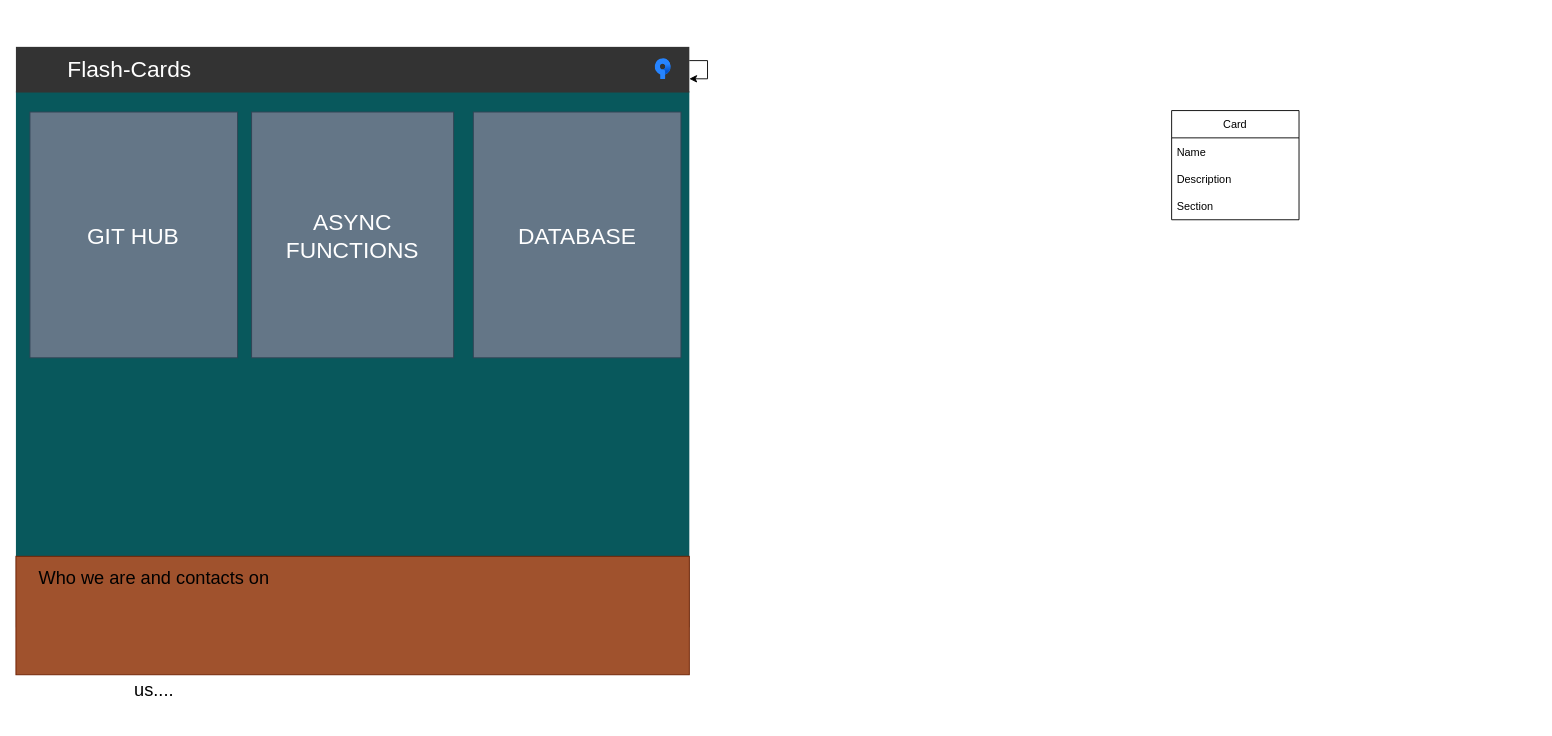
Earlier version of the draw.io diagram flashcards.drawio (herianp/skolni-projekt). Source tidied: cells renumbered, new cells numbered last; positions are measured from the earlier drawing's top-left corner, leaving out a move shared by most shapes. Both pictures are drawn from the tidied source at 91%, with x=0, y=0 at pixel (15, 46).
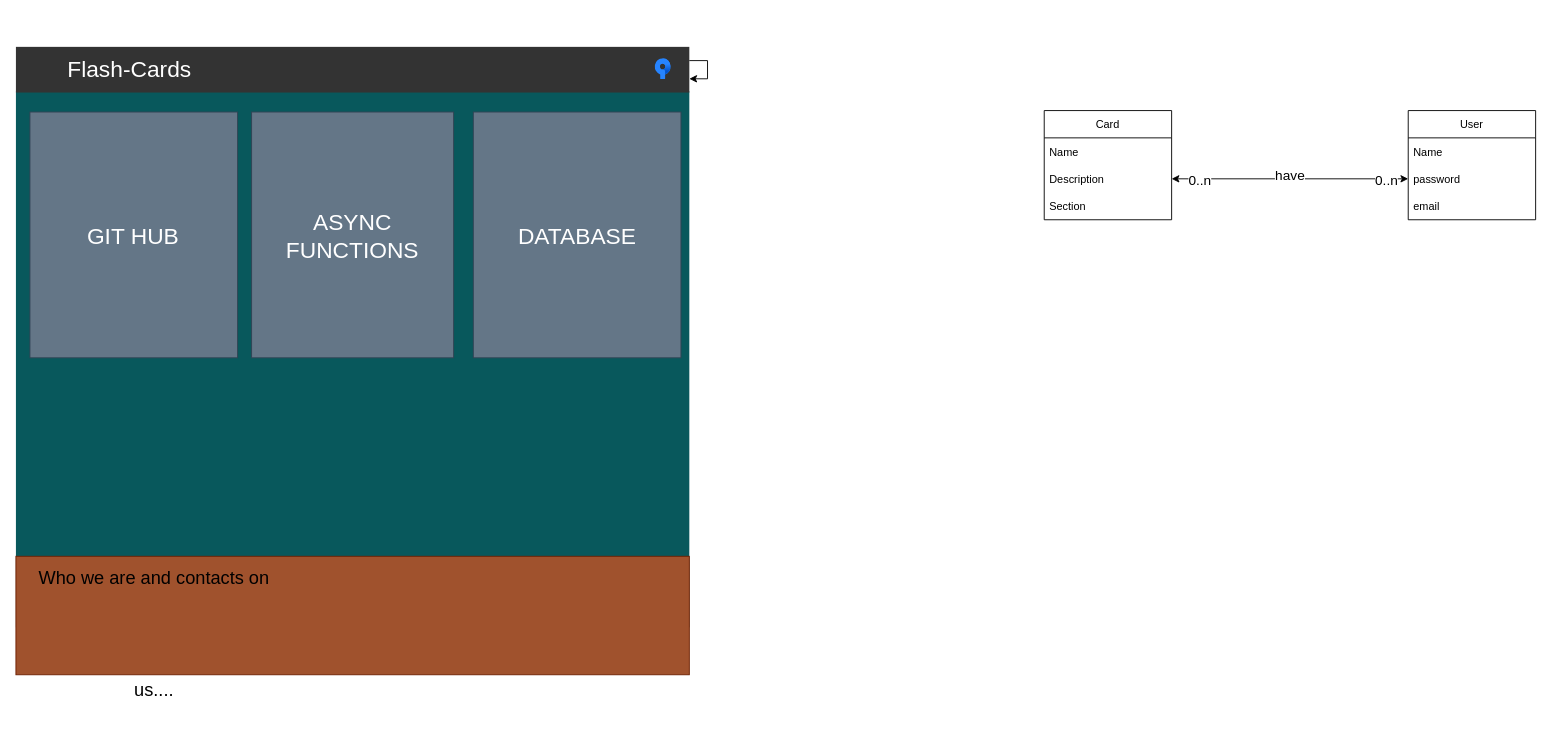
Above is the later version.

The change refers to these unchanged cells:
```xml
<mxCell id="16" value="Description" style="text;strokeColor=none;fillColor=none;align=left;verticalAlign=middle;spacingLeft=4;spacingRight=4;overflow=hidden;points=[[0,0.5],[1,0.5]];portConstraint=eastwest;" parent="14" vertex="1">
  <mxGeometry y="60" width="140" height="30" as="geometry" />
</mxCell>
```

Diff of the diagram source:
```diff
@@
     <mxCell id="14" value="Card" style="swimlane;fontStyle=0;horizontal=1;startSize=30;" parent="1" vertex="1">
-      <mxGeometry x="1270" y="70" width="140" height="120" as="geometry" />
+      <mxGeometry x="1130" y="70" width="140" height="120" as="geometry" />
     </mxCell>
@@
+    <mxCell id="18" value="User" style="swimlane;fontStyle=0;horizontal=1;startSize=30;" parent="1" vertex="1">
+      <mxGeometry x="1530" y="70" width="140" height="120" as="geometry" />
+    </mxCell>
+    <mxCell id="19" value="Name" style="text;strokeColor=none;fillColor=none;align=left;verticalAlign=middle;spacingLeft=4;spacingRight=4;overflow=hidden;" parent="18" vertex="1">
+      <mxGeometry y="30" width="140" height="30" as="geometry" />
+    </mxCell>
+    <mxCell id="20" value="password" style="text;strokeColor=none;fillColor=none;align=left;verticalAlign=middle;spacingLeft=4;spacingRight=4;overflow=hidden;points=[[0,0.5],[1,0.5]];portConstraint=eastwest;" parent="18" vertex="1">
+      <mxGeometry y="60" width="140" height="30" as="geometry" />
+    </mxCell>
+    <mxCell id="21" value="email" style="text;strokeColor=none;fillColor=none;align=left;verticalAlign=middle;spacingLeft=4;spacingRight=4;overflow=hidden;" parent="18" vertex="1">
+      <mxGeometry y="90" width="140" height="30" as="geometry" />
+    </mxCell>
+    <mxCell id="22" style="endArrow=classic;startArrow=classic;html=1;rounded=0;fontSize=15;fontColor=#000000;exitX=1;exitY=0.5;exitDx=0;exitDy=0;entryX=0;entryY=0.5;entryDx=0;entryDy=0;" parent="1" edge="1" source="16" target="20">
+      <mxGeometry relative="1" as="geometry" />
+    </mxCell>
+    <mxCell id="23" value="0..n" style="edgeLabel;html=1;align=center;verticalAlign=middle;fontSize=15;fontColor=#000000;" parent="22" vertex="1">
+      <mxGeometry x="-0.77" relative="1" as="geometry" />
+    </mxCell>
+    <mxCell id="24" value="0..n" style="edgeLabel;html=1;align=center;verticalAlign=middle;fontSize=15;fontColor=#000000;" parent="22" vertex="1">
+      <mxGeometry x="0.81" relative="1" as="geometry" />
+    </mxCell>
+    <mxCell id="25" value="have" style="edgeLabel;html=1;align=center;verticalAlign=middle;fontSize=15;fontColor=#000000;" parent="22" vertex="1">
+      <mxGeometry x="-0.12" relative="1" as="geometry">
+        <mxPoint x="15" y="-5" as="offset" />
+      </mxGeometry>
+    </mxCell>
```
